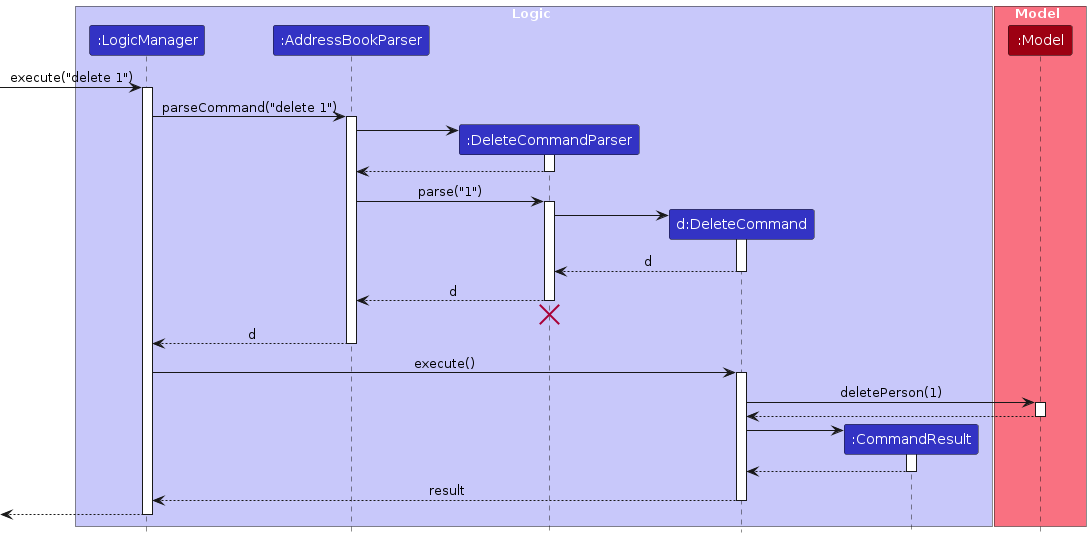
This is diagrams/DeleteSequenceDiagram.png from larrywang0701/tp, a PlantUML export, as it was before one commit. Its source is kept beside it as diagrams/DeleteSequenceDiagram.puml. Its diagram source:
```plantuml
@startuml
!include style.puml
skinparam ArrowFontStyle plain

box Logic LOGIC_COLOR_T1
participant ":LogicManager" as LogicManager LOGIC_COLOR
participant ":AddressBookParser" as AddressBookParser LOGIC_COLOR
participant ":DeleteCommandParser" as DeleteCommandParser LOGIC_COLOR
participant "d:DeleteCommand" as DeleteCommand LOGIC_COLOR
participant ":CommandResult" as CommandResult LOGIC_COLOR
end box

box Model MODEL_COLOR_T1
participant ":Model" as Model MODEL_COLOR
end box

[-> LogicManager : execute("delete 1")
activate LogicManager

LogicManager -> AddressBookParser : parseCommand("delete 1")
activate AddressBookParser

create DeleteCommandParser
AddressBookParser -> DeleteCommandParser
activate DeleteCommandParser

DeleteCommandParser --> AddressBookParser
deactivate DeleteCommandParser

AddressBookParser -> DeleteCommandParser : parse("1")
activate DeleteCommandParser

create DeleteCommand
DeleteCommandParser -> DeleteCommand
activate DeleteCommand

DeleteCommand --> DeleteCommandParser : d
deactivate DeleteCommand

DeleteCommandParser --> AddressBookParser : d
deactivate DeleteCommandParser
DeleteCommandParser -[hidden]-> AddressBookParser
destroy DeleteCommandParser

AddressBookParser --> LogicManager : d
deactivate AddressBookParser

LogicManager -> DeleteCommand : execute()
activate DeleteCommand

DeleteCommand -> Model : deletePerson(1)
activate Model

Model --> DeleteCommand
deactivate Model

create CommandResult
DeleteCommand -> CommandResult
activate CommandResult

CommandResult --> DeleteCommand
deactivate CommandResult

DeleteCommand --> LogicManager : result
deactivate DeleteCommand

[<--LogicManager
deactivate LogicManager
@enduml
```
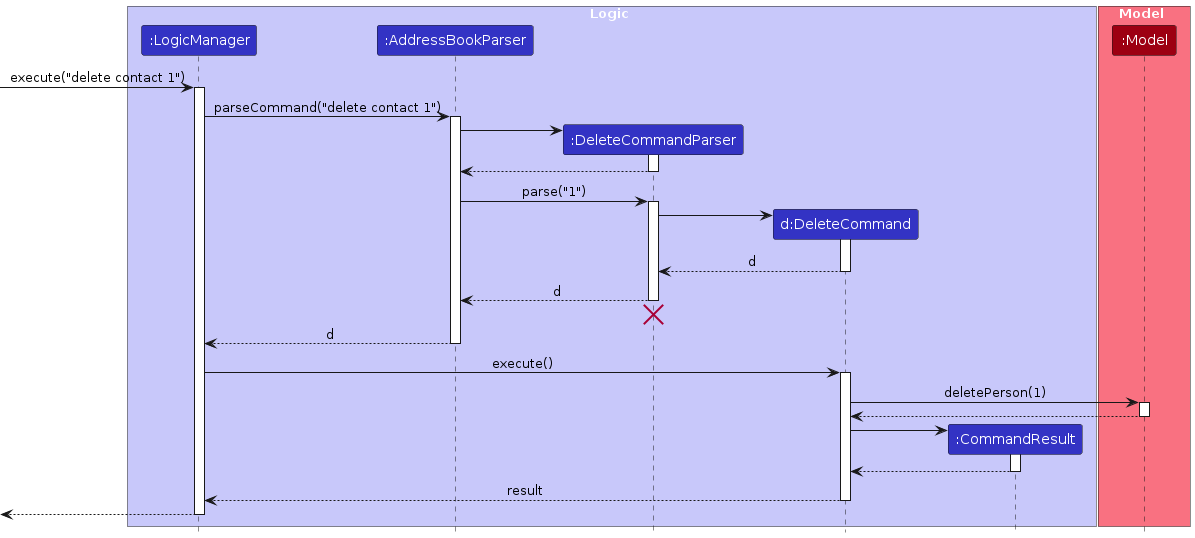
The same file after the commit.

Change to the diagram source:
```diff
@@ -14,10 +14,10 @@
 participant ":Model" as Model MODEL_COLOR
 end box
 
-[-> LogicManager : execute("delete 1")
+[-> LogicManager : execute("delete contact 1")
 activate LogicManager
 
-LogicManager -> AddressBookParser : parseCommand("delete 1")
+LogicManager -> AddressBookParser : parseCommand("delete contact 1")
 activate AddressBookParser
 
 create DeleteCommandParser
```
